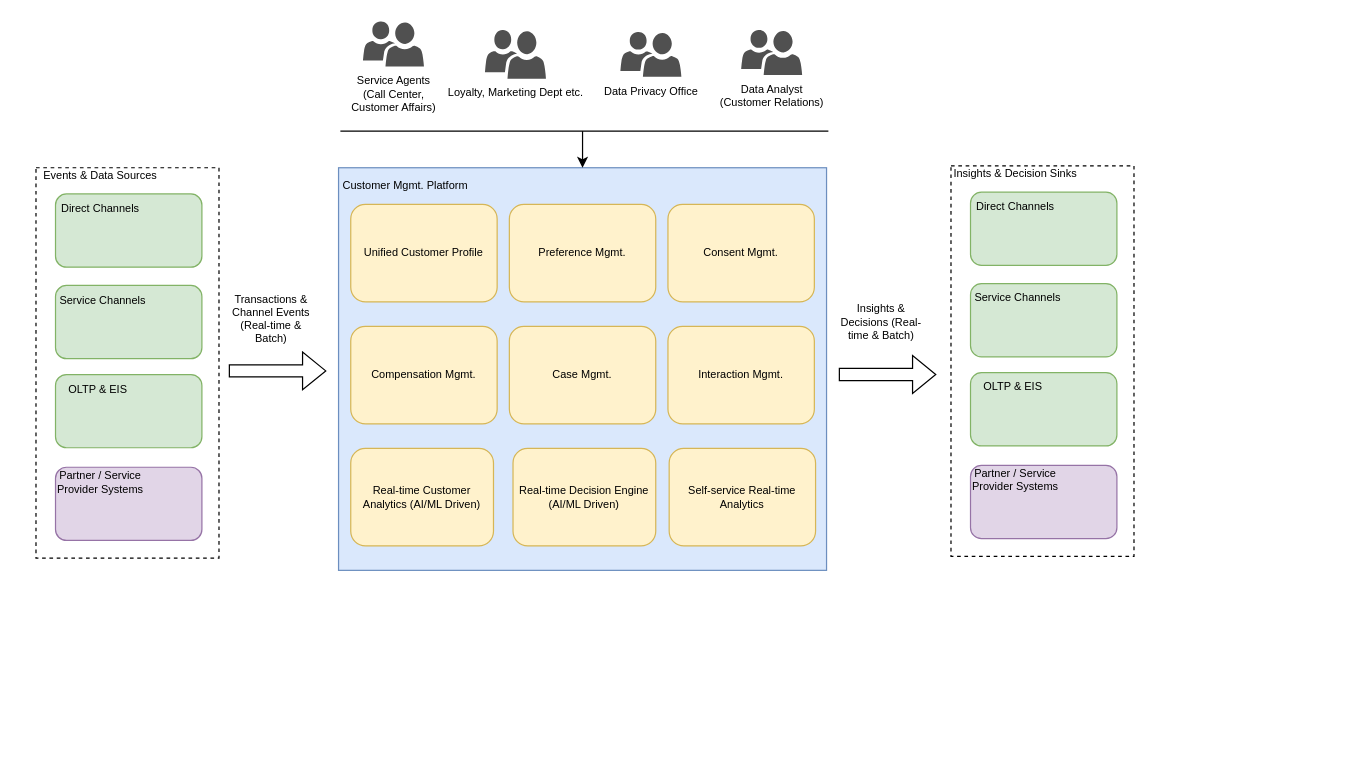
The draw.io diagram page "CMP_Conceptual_View" (1 of 7) of Customer_Mgmt_Platform_Arch_Katas.drawio in S00085/cxp, before the edit. Source tidied: cells renumbered, new cells numbered last; positions are measured from the earlier drawing's top-left corner, leaving out a move shared by most shapes. Both pictures are drawn from the tidied source at 122%, with x=0, y=0 at pixel (21, 21).
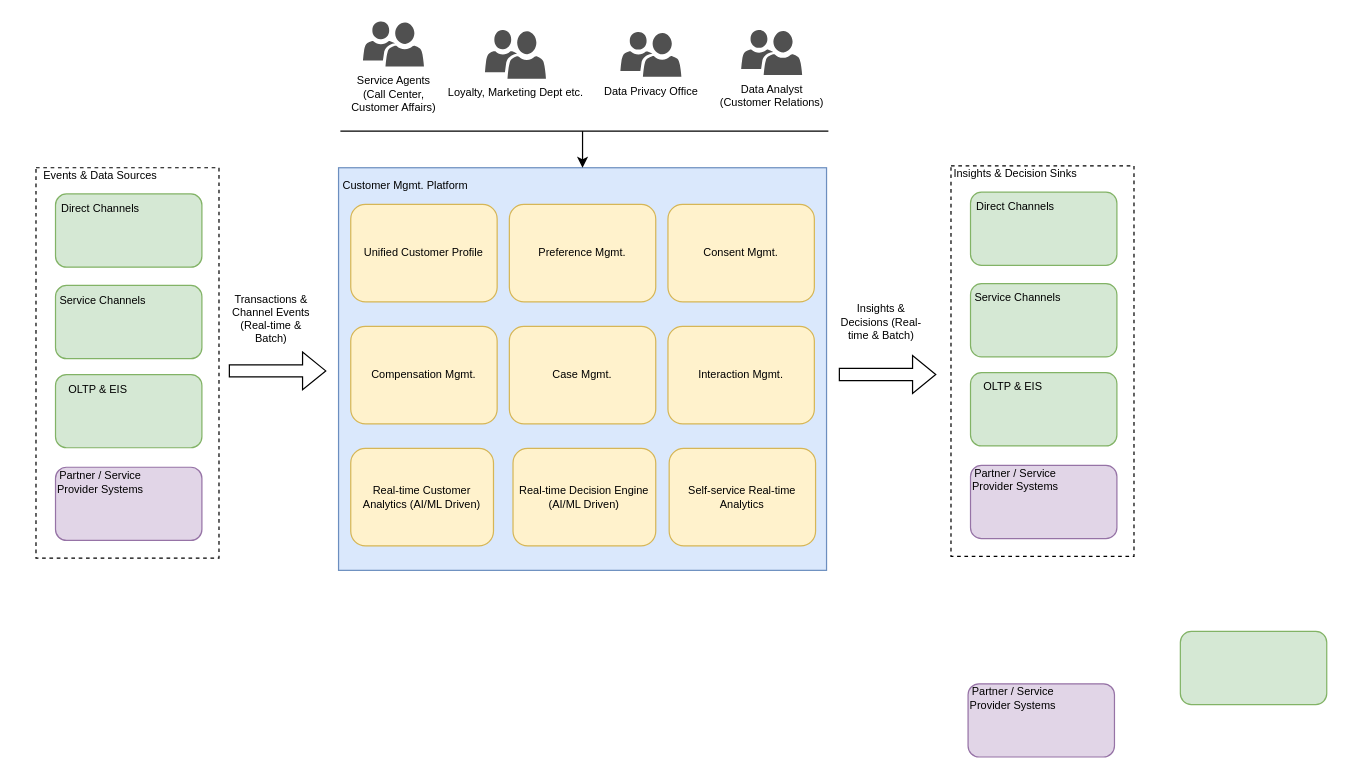
The same diagram, later.

What changed in the source:
```diff
@@
+    <mxCell id="54" style="rounded=1;whiteSpace=wrap;html=1;fontSize=9;fillColor=#d5e8d4;strokeColor=#82b366;" parent="1" vertex="1">
+      <mxGeometry x="950" y="500" width="120" height="60" as="geometry" />
+    </mxCell>
+    <mxCell id="55" style="group;" parent="1" vertex="1">
+      <mxGeometry x="770" y="540" width="126" height="63" as="geometry" />
+    </mxCell>
+    <mxCell id="56" style="rounded=1;whiteSpace=wrap;html=1;fontSize=9;fillColor=#e1d5e7;strokeColor=#9673a6;" parent="55" vertex="1">
+      <mxGeometry x="6" y="3" width="120" height="60" as="geometry" />
+    </mxCell>
+    <mxCell id="57" value="Partner / Service Provider Systems" style="text;html=1;strokeColor=none;fillColor=none;align=center;verticalAlign=middle;whiteSpace=wrap;rounded=0;fontSize=9;" parent="55" vertex="1">
+      <mxGeometry x="3" width="80" height="30" as="geometry" />
+    </mxCell>
```
